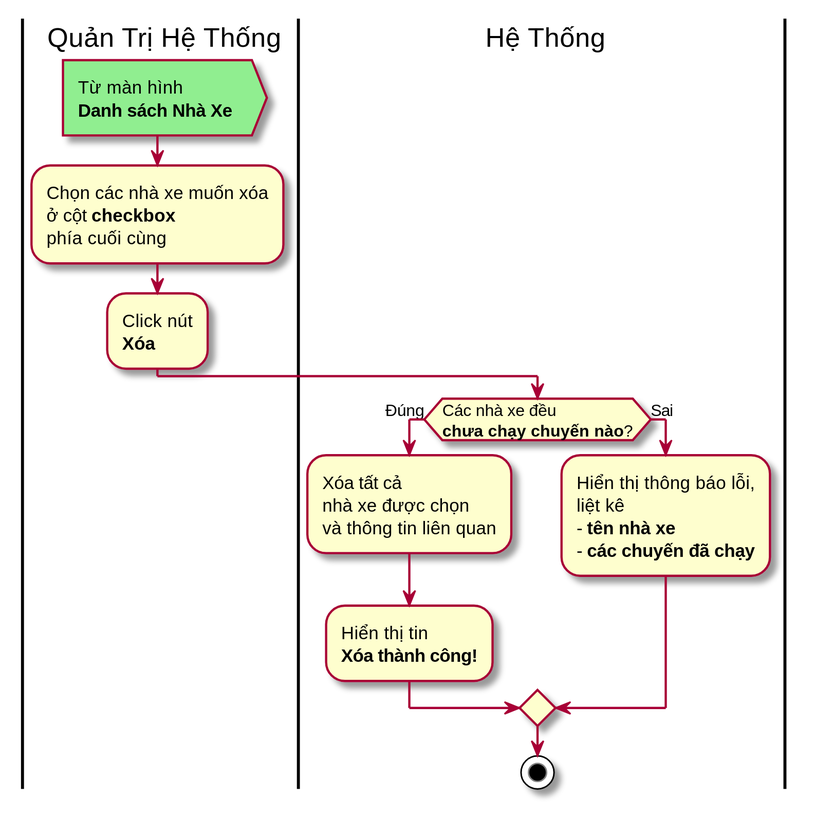
Above: Documents/working/Giap/usecases_and_flow_charts/delete_buss_org.svg in tungdduy/funixCP (PlantUML), before the change.
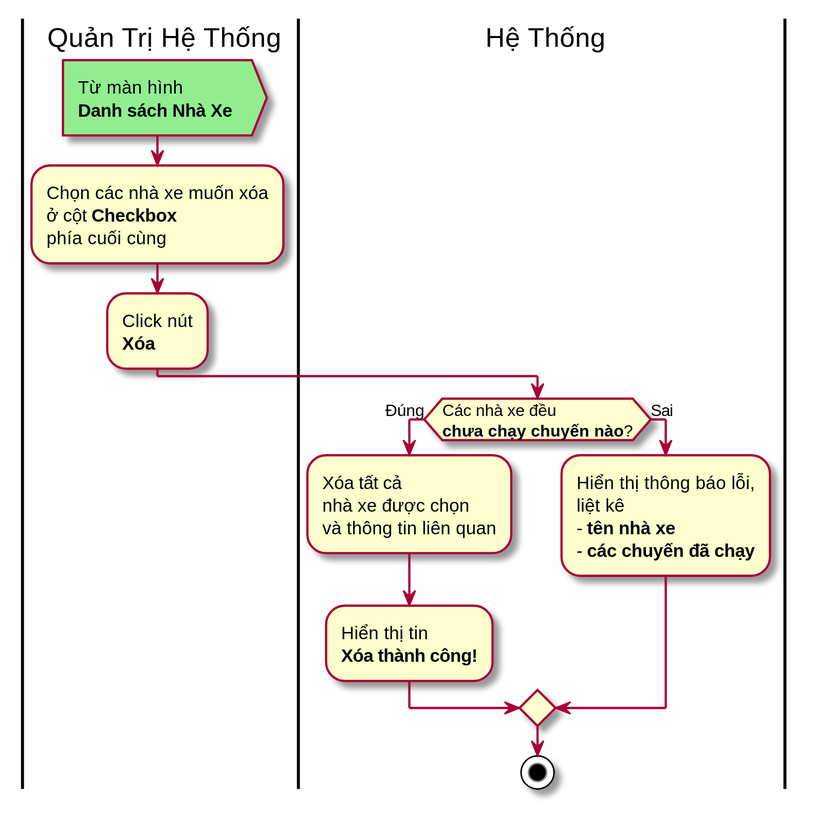
Later version of the same file.

Diff of the diagram source:
```diff
@@ -7,7 +7,7 @@
 	<b>Danh sách Nhà Xe</b> >
 
 	:Chọn các nhà xe muốn xóa
-	ở cột <b>checkbox</b>
+	ở cột <b>Checkbox</b>
 	phía cuối cùng;
 
 	:Click nút
```
